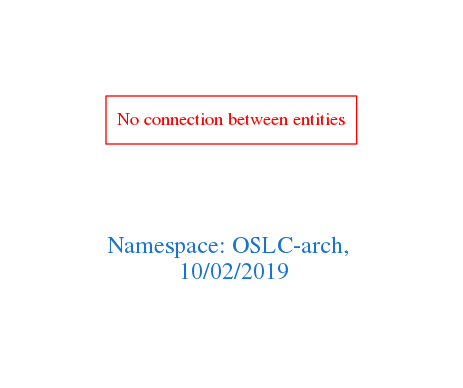
arago/OGIT keeps this Graphviz diagram as downloads/OSLC-arch.png. Above is the earlier version. Its source is kept beside it as downloads/OSLC-arch.dot.
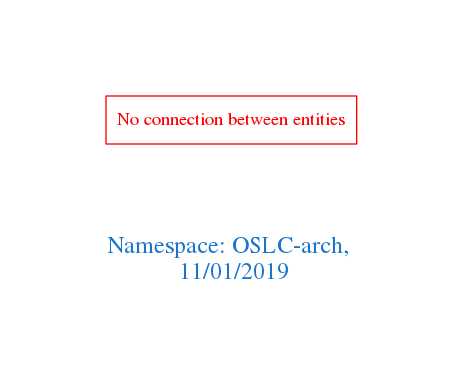
Above is the later version.

The edit, as a diff of the source:
```diff
@@ -1,7 +1,7 @@
 digraph OGIT_ontology {
  graph [ rankdir= LR,pad=1
 fontsize = 18,
-fontcolor= dodgerblue3,label = "\n\n\nNamespace: OSLC-arch, \n 10/02/2019"];
+fontcolor= dodgerblue3,label = "\n\n\nNamespace: OSLC-arch, \n 11/01/2019"];
 node[shape=polygon];
 edge [  color="gray81"];
 
```
